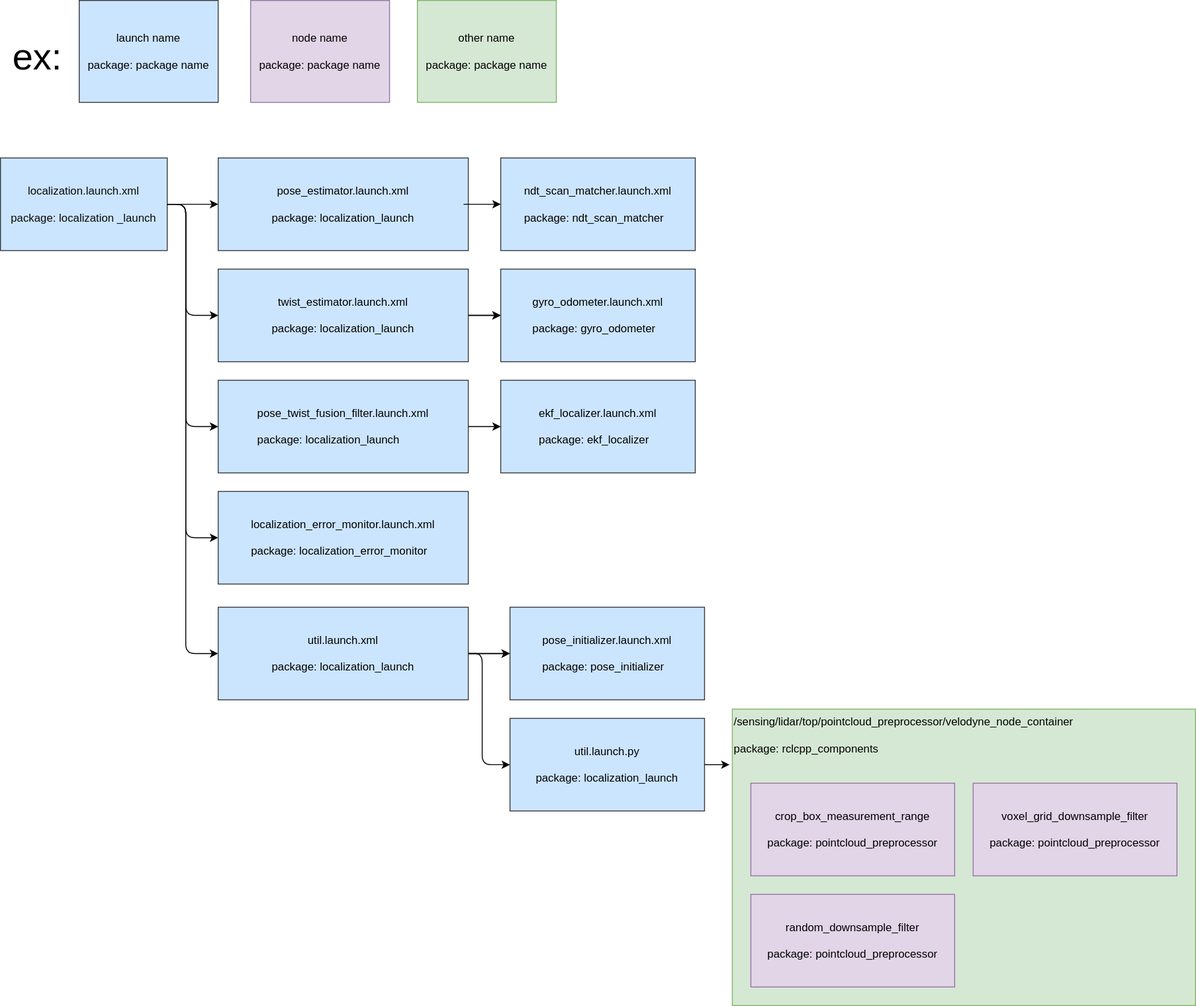
The draw.io diagram launch/tier4_localization_launch/localization_launch.drawio.svg in autowarefoundation/autoware.universe, before a commit. Source tidied: cells renumbered, new cells last; positions are measured from the earlier drawing's top-left corner, leaving out a move shared by most shapes.
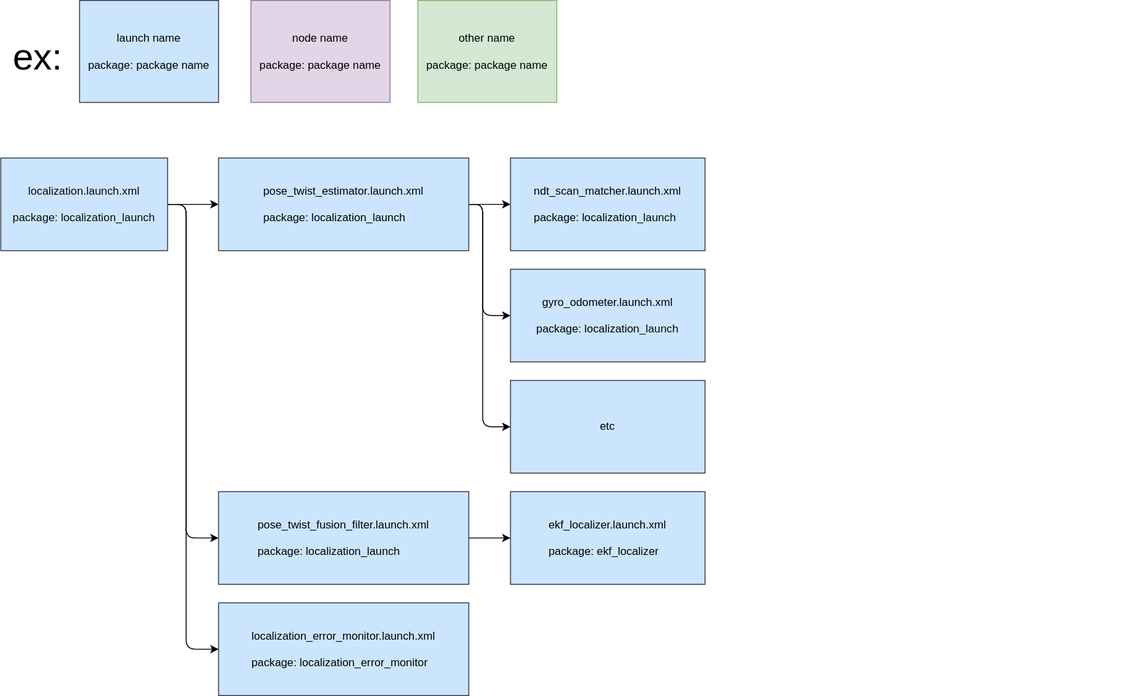
The same diagram one commit later.

The edit, as a diff of the source:
```diff
@@ -2,29 +2,9 @@
   <root>
     <mxCell id="0" />
     <mxCell id="1" parent="0" />
-    <mxCell id="2" value="/sensing/lidar/top/pointcloud_preprocessor/velodyne_node_container&lt;br&gt;&lt;br&gt;&lt;div&gt;&lt;span&gt;package: rclcpp_components&lt;/span&gt;&lt;/div&gt;" style="rounded=0;whiteSpace=wrap;html=1;fillColor=#d5e8d4;strokeColor=#82b366;fontColor=#000000;verticalAlign=top;align=left;" parent="1" vertex="1">
-      <mxGeometry x="790" y="765" width="500" height="320" as="geometry" />
-    </mxCell>
     <mxCell id="3" value="localization.launch.xml&lt;br&gt;&lt;br&gt;&lt;div&gt;&lt;span&gt;package: localization&lt;/span&gt;&lt;span&gt;_launch&lt;/span&gt;&lt;/div&gt;" style="rounded=0;whiteSpace=wrap;html=1;fillColor=#cce5ff;strokeColor=#36393d;fontColor=#0A0A0A;verticalAlign=middle;align=center;" parent="1" vertex="1">
       <mxGeometry y="170" width="180" height="100" as="geometry" />
     </mxCell>
-    <mxCell id="4" style="edgeStyle=orthogonalEdgeStyle;rounded=0;jettySize=auto;html=1;" parent="1" edge="1" source="6" target="28">
-      <mxGeometry relative="1" as="geometry" />
-    </mxCell>
-    <mxCell id="5" style="edgeStyle=orthogonalEdgeStyle;rounded=0;jettySize=auto;html=1;" parent="1" edge="1" source="6" target="28">
-      <mxGeometry relative="1" as="geometry" />
-    </mxCell>
-    <mxCell id="6" value="util.launch.xml&lt;br&gt;&lt;br&gt;&lt;div style=&quot;text-align: left&quot;&gt;package: localization_launch&lt;/div&gt;" style="rounded=0;whiteSpace=wrap;html=1;fillColor=#cce5ff;strokeColor=#36393d;fontColor=#000000;" parent="1" vertex="1">
-      <mxGeometry x="235" y="655" width="270" height="100" as="geometry" />
-    </mxCell>
-    <mxCell id="7" style="endArrow=classic;html=1;exitX=1;exitY=0.5;exitDx=0;exitDy=0;entryX=0;entryY=0.5;entryDx=0;entryDy=0;" parent="1" edge="1" source="3" target="6">
-      <mxGeometry relative="1" as="geometry">
-        <Array as="points">
-          <mxPoint x="200" y="220" />
-          <mxPoint x="200" y="705" />
-        </Array>
-      </mxGeometry>
-    </mxCell>
     <mxCell id="8" style="endArrow=classic;html=1;exitX=1;exitY=0.5;exitDx=0;exitDy=0;entryX=0;entryY=0.5;entryDx=0;entryDy=0;" parent="1" edge="1" source="3" target="9">
       <mxGeometry relative="1" as="geometry">
         <Array as="points">
@@ -32,7 +12,26 @@
         </Array>
       </mxGeometry>
     </mxCell>
+    <mxCell id="23" style="edgeStyle=orthogonalEdgeStyle;rounded=0;jettySize=auto;html=1;" parent="1" edge="1" source="9" target="22">
+      <mxGeometry relative="1" as="geometry" />
+    </mxCell>
+    <mxCell id="35" style="edgeStyle=orthogonalEdgeStyle;rounded=1;jettySize=auto;html=1;entryX=0;entryY=0.5;entryDx=0;entryDy=0;" parent="1" edge="1" source="9" target="24">
+      <mxGeometry relative="1" as="geometry">
+        <Array as="points">
+          <mxPoint x="520" y="220" />
+          <mxPoint x="520" y="340" />
+        </Array>
+      </mxGeometry>
+    </mxCell>
+    <mxCell id="36" style="edgeStyle=orthogonalEdgeStyle;rounded=1;jettySize=auto;html=1;entryX=0;entryY=0.5;entryDx=0;entryDy=0;" parent="1" edge="1" source="9" target="37">
+      <mxGeometry relative="1" as="geometry">
+        <Array as="points">
+          <mxPoint x="520" y="220" />
+          <mxPoint x="520" y="460" />
+        </Array>
+      </mxGeometry>
+    </mxCell>
-    <mxCell id="9" value="pose_estimator.launch.xml&lt;br&gt;&lt;br&gt;&lt;div style=&quot;text-align: left&quot;&gt;&lt;span&gt;package: localization_launch&lt;/span&gt;&lt;/div&gt;" style="rounded=0;whiteSpace=wrap;html=1;fillColor=#cce5ff;strokeColor=#36393d;fontColor=#000000;" parent="1" vertex="1">
+    <mxCell id="9" value="pose_twist_estimator.launch.xml&lt;br&gt;&lt;br&gt;&lt;div style=&quot;text-align: left&quot;&gt;&lt;span&gt;package: localization_launch&lt;/span&gt;&lt;/div&gt;" style="rounded=0;whiteSpace=wrap;html=1;fillColor=#cce5ff;strokeColor=#36393d;fontColor=#000000;" parent="1" vertex="1">
       <mxGeometry x="235" y="170" width="270" height="100" as="geometry" />
     </mxCell>
     <mxCell id="10" style="edgeStyle=none;rounded=0;orthogonalLoop=1;jettySize=auto;html=1;entryX=1;entryY=0.5;entryDx=0;entryDy=0;" parent="1" edge="1">
@@ -53,87 +52,42 @@
     <mxCell id="14" value="other name&lt;br&gt;&lt;br&gt;&lt;div style=&quot;text-align: left&quot;&gt;&lt;span&gt;package: package name&lt;/span&gt;&lt;/div&gt;" style="rounded=0;whiteSpace=wrap;html=1;fillColor=#d5e8d4;strokeColor=#82b366;fontColor=#000000;" parent="1" vertex="1">
       <mxGeometry x="450" width="150" height="110" as="geometry" />
     </mxCell>
-    <mxCell id="15" style="edgeStyle=orthogonalEdgeStyle;rounded=0;jettySize=auto;html=1;" parent="1" edge="1" source="16" target="24">
-      <mxGeometry relative="1" as="geometry" />
-    </mxCell>
-    <mxCell id="16" value="twist_estimator.launch.xml&lt;br&gt;&lt;br&gt;&lt;div style=&quot;text-align: left&quot;&gt;&lt;span&gt;package: localization_launch&lt;/span&gt;&lt;/div&gt;" style="rounded=0;whiteSpace=wrap;html=1;fillColor=#cce5ff;strokeColor=#36393d;fontColor=#000000;" parent="1" vertex="1">
-      <mxGeometry x="235" y="290" width="270" height="100" as="geometry" />
-    </mxCell>
-    <mxCell id="17" style="endArrow=classic;html=1;exitX=1;exitY=0.5;exitDx=0;exitDy=0;entryX=0;entryY=0.5;entryDx=0;entryDy=0;" parent="1" edge="1" source="3" target="16">
-      <mxGeometry relative="1" as="geometry">
-        <Array as="points">
-          <mxPoint x="200" y="220" />
-          <mxPoint x="200" y="340" />
-        </Array>
-      </mxGeometry>
-    </mxCell>
     <mxCell id="18" value="pose_twist_fusion_filter.launch.xml&lt;br&gt;&lt;br&gt;&lt;div style=&quot;text-align: left&quot;&gt;&lt;span&gt;package: localization_launch&lt;/span&gt;&lt;/div&gt;" style="rounded=0;whiteSpace=wrap;html=1;fillColor=#cce5ff;strokeColor=#36393d;fontColor=#000000;" parent="1" vertex="1">
-      <mxGeometry x="235" y="410" width="270" height="100" as="geometry" />
+      <mxGeometry x="235" y="530" width="270" height="100" as="geometry" />
     </mxCell>
     <mxCell id="19" style="endArrow=classic;html=1;exitX=1;exitY=0.5;exitDx=0;exitDy=0;entryX=0;entryY=0.5;entryDx=0;entryDy=0;" parent="1" edge="1" source="3" target="18">
       <mxGeometry relative="1" as="geometry">
         <Array as="points">
           <mxPoint x="200" y="220" />
-          <mxPoint x="200" y="460" />
+          <mxPoint x="200" y="580" />
         </Array>
       </mxGeometry>
     </mxCell>
     <mxCell id="20" value="localization_error_monitor.launch.xml&lt;br&gt;&lt;br&gt;&lt;div style=&quot;text-align: left&quot;&gt;&lt;span&gt;package: localization_error_monitor&lt;/span&gt;&lt;/div&gt;" style="rounded=0;whiteSpace=wrap;html=1;fillColor=#cce5ff;strokeColor=#36393d;fontColor=#000000;" parent="1" vertex="1">
-      <mxGeometry x="235" y="530" width="270" height="100" as="geometry" />
+      <mxGeometry x="235" y="650" width="270" height="100" as="geometry" />
     </mxCell>
     <mxCell id="21" style="endArrow=classic;html=1;exitX=1;exitY=0.5;exitDx=0;exitDy=0;entryX=0;entryY=0.5;entryDx=0;entryDy=0;" parent="1" edge="1" source="3" target="20">
       <mxGeometry relative="1" as="geometry">
         <Array as="points">
           <mxPoint x="200" y="220" />
-          <mxPoint x="200" y="580" />
+          <mxPoint x="200" y="700" />
         </Array>
       </mxGeometry>
     </mxCell>
-    <mxCell id="22" value="ndt_scan_matcher.launch.xml&lt;br&gt;&lt;br&gt;&lt;div style=&quot;text-align: left&quot;&gt;&lt;span&gt;package: ndt_scan_matcher&lt;/span&gt;&lt;/div&gt;" style="rounded=0;whiteSpace=wrap;html=1;fillColor=#cce5ff;strokeColor=#36393d;fontColor=#000000;" parent="1" vertex="1">
-      <mxGeometry x="540" y="170" width="210" height="100" as="geometry" />
+    <mxCell id="22" value="ndt_scan_matcher.launch.xml&lt;br&gt;&lt;br&gt;&lt;div style=&quot;text-align: left&quot;&gt;package: localization&lt;span style=&quot;border-color: var(--border-color); color: rgb(10, 10, 10); text-align: center;&quot;&gt;_launch&lt;/span&gt;&lt;br&gt;&lt;/div&gt;" style="rounded=0;whiteSpace=wrap;html=1;fillColor=#cce5ff;strokeColor=#36393d;fontColor=#000000;" parent="1" vertex="1">
+      <mxGeometry x="550" y="170" width="210" height="100" as="geometry" />
     </mxCell>
-    <mxCell id="23" style="endArrow=classic;html=1;exitX=0.981;exitY=0.5;exitDx=0;exitDy=0;entryX=0;entryY=0.5;entryDx=0;entryDy=0;exitPerimeter=0;" parent="1" edge="1" source="9" target="22">
-      <mxGeometry relative="1" as="geometry" />
-    </mxCell>
-    <mxCell id="24" value="gyro_odometer.launch.xml&lt;br&gt;&lt;br&gt;&lt;div style=&quot;text-align: left&quot;&gt;&lt;span&gt;package: gyro_odometer&lt;/span&gt;&lt;/div&gt;" style="rounded=0;whiteSpace=wrap;html=1;fillColor=#cce5ff;strokeColor=#36393d;fontColor=#000000;" parent="1" vertex="1">
-      <mxGeometry x="540" y="290" width="210" height="100" as="geometry" />
+    <mxCell id="24" value="gyro_odometer.launch.xml&lt;br&gt;&lt;br&gt;&lt;div style=&quot;text-align: left&quot;&gt;package: localization&lt;span style=&quot;border-color: var(--border-color); color: rgb(10, 10, 10); text-align: center;&quot;&gt;_launch&lt;/span&gt;&lt;br&gt;&lt;/div&gt;" style="rounded=0;whiteSpace=wrap;html=1;fillColor=#cce5ff;strokeColor=#36393d;fontColor=#000000;" parent="1" vertex="1">
+      <mxGeometry x="550" y="290" width="210" height="100" as="geometry" />
     </mxCell>
-    <mxCell id="25" style="endArrow=classic;html=1;exitX=1;exitY=0.5;exitDx=0;exitDy=0;entryX=0;entryY=0.5;entryDx=0;entryDy=0;" parent="1" edge="1" source="16" target="24">
-      <mxGeometry relative="1" as="geometry" />
-    </mxCell>
     <mxCell id="26" value="ekf_localizer.launch.xml&lt;br&gt;&lt;br&gt;&lt;div style=&quot;text-align: left&quot;&gt;&lt;span&gt;package: ekf_localizer&lt;/span&gt;&lt;/div&gt;" style="rounded=0;whiteSpace=wrap;html=1;fillColor=#cce5ff;strokeColor=#36393d;fontColor=#000000;" parent="1" vertex="1">
-      <mxGeometry x="540" y="410" width="210" height="100" as="geometry" />
+      <mxGeometry x="550" y="530" width="210" height="100" as="geometry" />
     </mxCell>
     <mxCell id="27" style="edgeStyle=orthogonalEdgeStyle;rounded=0;jettySize=auto;html=1;exitX=1;exitY=0.5;exitDx=0;exitDy=0;" parent="1" edge="1" source="18" target="26">
       <mxGeometry relative="1" as="geometry" />
     </mxCell>
-    <mxCell id="28" value="pose_initializer.launch.xml&lt;br&gt;&lt;br&gt;&lt;div style=&quot;text-align: left&quot;&gt;&lt;span&gt;package: pose_initializer&lt;/span&gt;&lt;/div&gt;" style="rounded=0;whiteSpace=wrap;html=1;fillColor=#cce5ff;strokeColor=#36393d;fontColor=#000000;" parent="1" vertex="1">
-      <mxGeometry x="550" y="655" width="210" height="100" as="geometry" />
-    </mxCell>
-    <mxCell id="29" value="util.launch.py&lt;br&gt;&lt;br&gt;&lt;div style=&quot;text-align: left&quot;&gt;&lt;span&gt;package: localization_launch&lt;/span&gt;&lt;/div&gt;" style="rounded=0;whiteSpace=wrap;html=1;fillColor=#cce5ff;strokeColor=#36393d;fontColor=#000000;" parent="1" vertex="1">
-      <mxGeometry x="550" y="775" width="210" height="100" as="geometry" />
-    </mxCell>
-    <mxCell id="30" style="endArrow=classic;html=1;exitX=1;exitY=0.5;exitDx=0;exitDy=0;entryX=0;entryY=0.5;entryDx=0;entryDy=0;" parent="1" edge="1" source="6" target="29">
-      <mxGeometry relative="1" as="geometry">
-        <Array as="points">
-          <mxPoint x="520" y="705" />
-          <mxPoint x="520" y="825" />
-        </Array>
-      </mxGeometry>
-    </mxCell>
-    <mxCell id="31" value="crop_box_measurement_range&lt;br&gt;&lt;br&gt;&lt;div style=&quot;text-align: left&quot;&gt;&lt;span&gt;package: pointcloud_preprocessor&lt;/span&gt;&lt;/div&gt;" style="rounded=0;whiteSpace=wrap;html=1;fillColor=#e1d5e7;strokeColor=#9673a6;fontColor=#000000;" parent="1" vertex="1">
-      <mxGeometry x="810" y="845" width="220" height="100" as="geometry" />
-    </mxCell>
-    <mxCell id="32" value="voxel_grid_downsample_filter&lt;br&gt;&lt;br&gt;&lt;div style=&quot;text-align: left&quot;&gt;&lt;span&gt;package: pointcloud_preprocessor&lt;/span&gt;&lt;/div&gt;" style="rounded=0;whiteSpace=wrap;html=1;fillColor=#e1d5e7;strokeColor=#9673a6;fontColor=#000000;" parent="1" vertex="1">
-      <mxGeometry x="1050" y="845" width="220" height="100" as="geometry" />
-    </mxCell>
-    <mxCell id="33" value="random_downsample_filter&lt;br&gt;&lt;br&gt;&lt;div style=&quot;text-align: left&quot;&gt;&lt;span&gt;package: pointcloud_preprocessor&lt;/span&gt;&lt;/div&gt;" style="rounded=0;whiteSpace=wrap;html=1;fillColor=#e1d5e7;strokeColor=#9673a6;fontColor=#000000;" parent="1" vertex="1">
-      <mxGeometry x="810" y="965" width="220" height="100" as="geometry" />
-    </mxCell>
-    <mxCell id="34" style="edgeStyle=orthogonalEdgeStyle;rounded=0;jettySize=auto;html=1;exitX=1;exitY=0.5;exitDx=0;exitDy=0;" parent="1" edge="1" source="29">
-      <mxGeometry relative="1" as="geometry">
-        <mxPoint x="787" y="825" as="targetPoint" />
-      </mxGeometry>
-    </mxCell>
+    <mxCell id="37" value="etc" style="rounded=0;whiteSpace=wrap;html=1;fillColor=#cce5ff;strokeColor=#36393d;fontColor=#000000;" parent="1" vertex="1">
+      <mxGeometry x="550" y="410" width="210" height="100" as="geometry" />
+    </mxCell>
   </root>
 </mxGraphModel>
```
